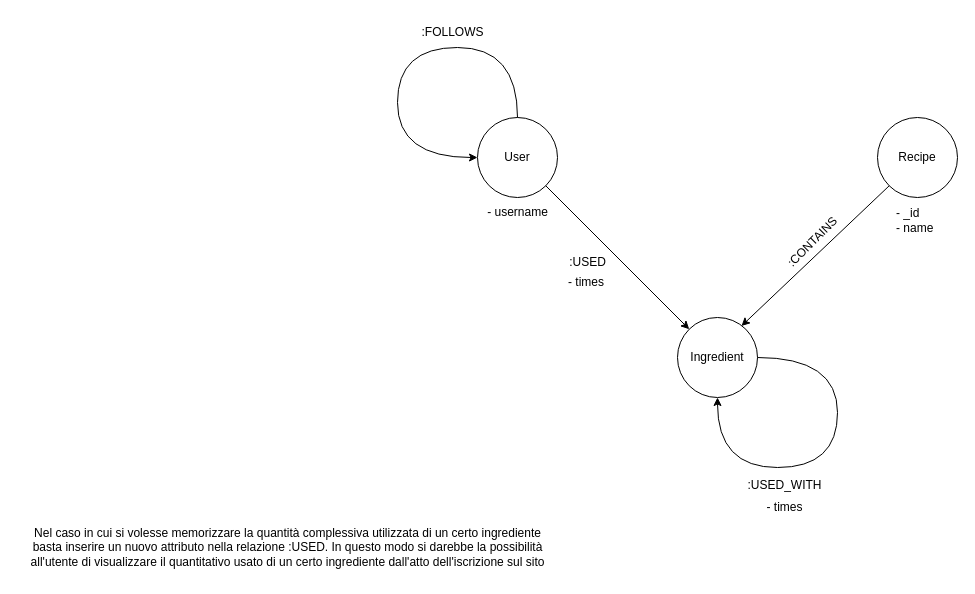
Earlier version of the draw.io diagram Idea/PowerPoint/Resources/DB.drawio (GiuseppeSoriano/WeFood). Source tidied: cells renumbered, new cells numbered last; positions are measured from the earlier drawing's top-left corner, leaving out a move shared by most shapes. Both pictures are drawn from the tidied source at 100%, with x=0, y=0 at pixel (17, 17).
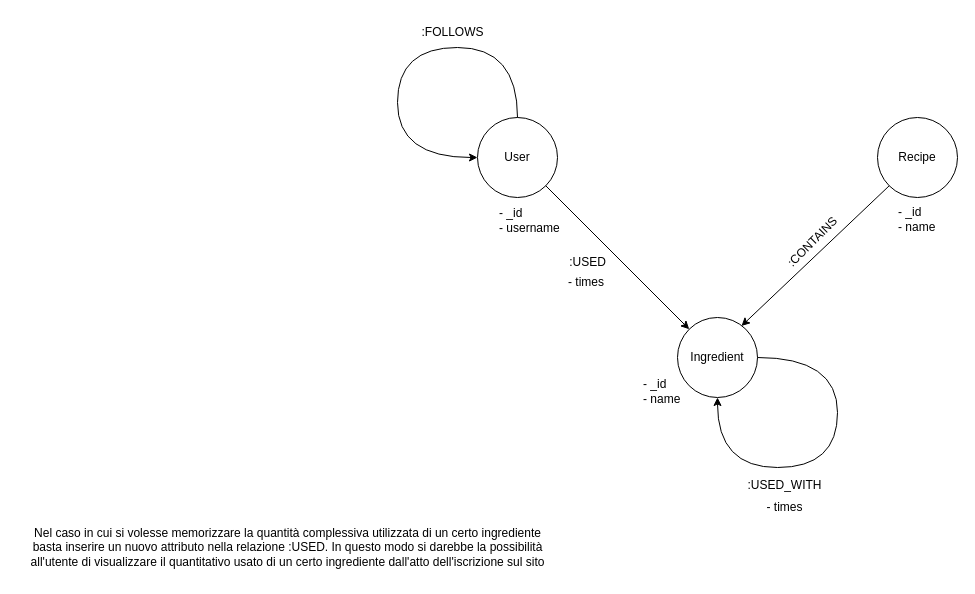
After the change.

The edit, as a diff of the source:
```diff
@@
-    <mxCell id="14" value="- username" style="text;html=1;align=center;verticalAlign=middle;strokeColor=none;fillColor=none;" parent="1" vertex="1">
-      <mxGeometry x="460" y="180" width="80" height="30" as="geometry" />
+    <mxCell id="14" value="- _id&lt;br&gt;- username" style="text;html=1;align=left;verticalAlign=middle;strokeColor=none;fillColor=none;" parent="1" vertex="1">
+      <mxGeometry x="480" y="183" width="80" height="40" as="geometry" />
     </mxCell>
     <mxCell id="15" value="- _id&lt;br&gt;- name" style="text;html=1;align=left;verticalAlign=middle;strokeColor=none;fillColor=none;" parent="1" vertex="1">
-      <mxGeometry x="877" y="183" width="60" height="40" as="geometry" />
+      <mxGeometry x="879" y="182" width="60" height="40" as="geometry" />
     </mxCell>
@@
+    <mxCell id="18" value="- _id&lt;br&gt;- name" style="text;html=1;align=left;verticalAlign=middle;strokeColor=none;fillColor=none;" parent="1" vertex="1">
+      <mxGeometry x="624" y="354" width="60" height="40" as="geometry" />
+    </mxCell>
```
